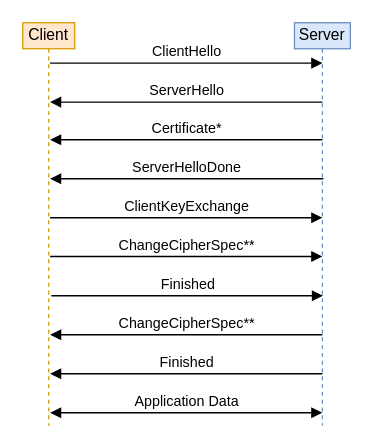
gustavoluvizotto/thesis keeps this draw.io diagram as figures/tls-handshake.drawio. Above is the earlier version. Source tidied: cells renumbered, new cells numbered last; positions are measured from the earlier drawing's top-left corner, leaving out a move shared by most shapes. Both pictures are drawn from the tidied source at 130%, with x=0, y=0 at pixel (22, 22).
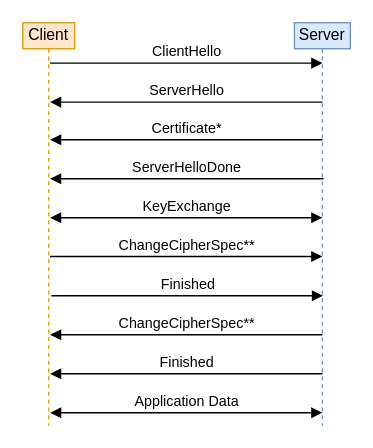
The same diagram, later.

Diff of the diagram source:
```diff
@@
-    <mxCell id="6" value="&lt;div&gt;ClientKeyExchange&lt;/div&gt;" style="html=1;verticalAlign=bottom;endArrow=block;curved=0;rounded=0;" parent="1" edge="1">
+    <mxCell id="6" value="&lt;div&gt;KeyExchange&lt;/div&gt;" style="html=1;verticalAlign=bottom;endArrow=block;curved=0;rounded=0;startArrow=block;startFill=1;" parent="1" edge="1">
       <mxGeometry relative="1" as="geometry">
         <mxPoint x="21" y="150" as="sourcePoint" />
         <mxPoint x="230.5" y="150" as="targetPoint" />
       </mxGeometry>
     </mxCell>
```
